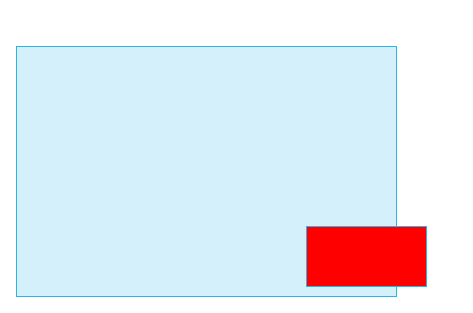
phil-curran/images keeps this draw.io diagram as MASTER.drawio. Above is the earlier version. Source tidied: cells renumbered, new cells numbered last; positions are measured from the earlier drawing's top-left corner, leaving out a move shared by most shapes. Both pictures are drawn from the tidied source at 100%, with x=0, y=0 at pixel (16, 46).
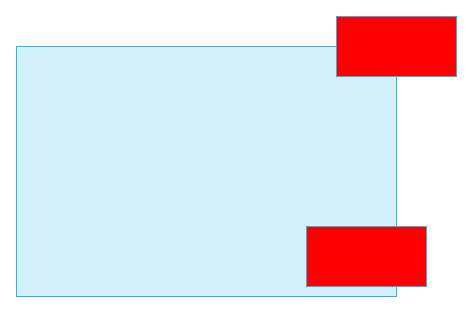
The same diagram, later.

Diff of the diagram source:
```diff
@@
 <mxGraphModel>
   <root>
     <mxCell id="0" />
     <mxCell id="1" parent="0" />
     <mxCell id="2" style="rounded=0;whiteSpace=wrap;html=1;strokeColor=#29B5E8;strokeWidth=1;fontFamily=Arial;fontSize=12;fontColor=#11567F;fillColor=light-dark(#D4F0FA,#A47CDD);" parent="1" vertex="1">
       <mxGeometry width="380" height="250" as="geometry" />
     </mxCell>
     <mxCell id="3" style="rounded=0;whiteSpace=wrap;html=1;strokeColor=#29B5E8;strokeWidth=1;fontFamily=Arial;fontSize=12;fontColor=#11567F;fillColor=#FF0000;" parent="1" vertex="1">
       <mxGeometry x="290" y="180" width="120" height="60" as="geometry" />
     </mxCell>
+    <mxCell id="4" style="rounded=0;whiteSpace=wrap;html=1;strokeColor=#29B5E8;strokeWidth=1;fontFamily=Arial;fontSize=12;fontColor=#11567F;fillColor=light-dark(#FF0000,#29678C);" parent="1" vertex="1">
+      <mxGeometry x="320" y="-30" width="120" height="60" as="geometry" />
+    </mxCell>
   </root>
 </mxGraphModel>
```
